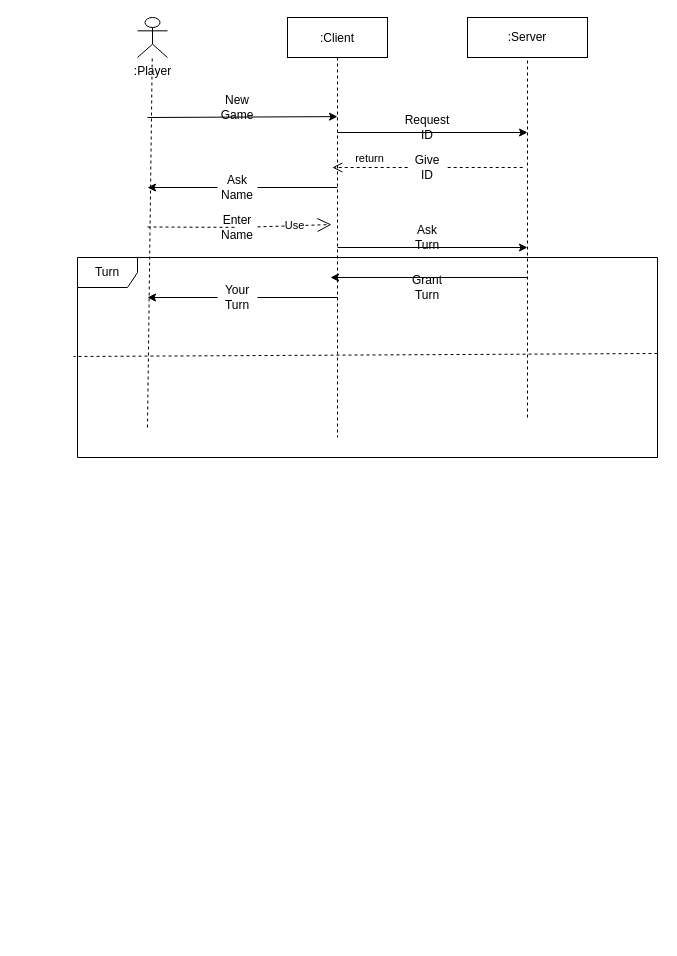
Earlier version of the draw.io diagram deliveries/uml/Game Access Seq. Diag..drawio (egyangel/ing-sw-2021-esas-mauri-madhkour-elsheshtawi). Source tidied: cells renumbered, new cells numbered last; positions are measured from the earlier drawing's top-left corner, leaving out a move shared by most shapes. Both pictures are drawn from the tidied source at 100%, with x=0, y=0 at pixel (77, 17).
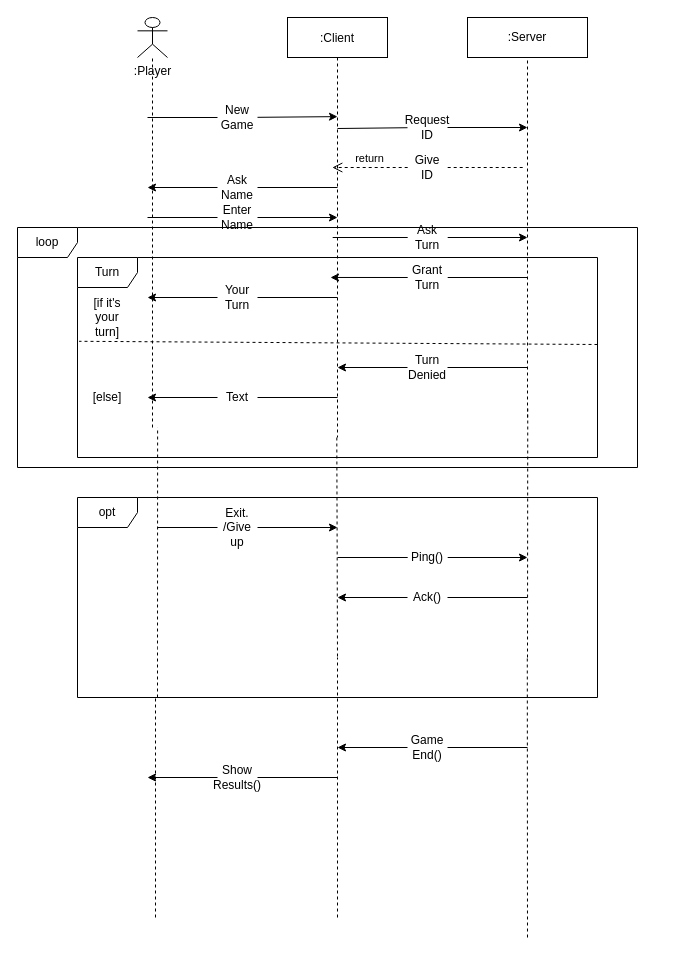
The same page after the edit.

Commit message:
Update Game Access Seq. Diag..pdf

The change refers to these unchanged cells:
```xml
<mxCell id="2" value=":Client" style="shape=umlLifeline;perimeter=lifelinePerimeter;rounded=0;shadow=0;strokeWidth=1;" parent="1" vertex="1">
  <mxGeometry x="210" width="100" height="420" as="geometry" />
</mxCell>
<mxCell id="3" value=":Player" style="shape=umlActor;verticalLabelPosition=bottom;verticalAlign=top;html=1;outlineConnect=0;" parent="1" vertex="1">
  <mxGeometry x="60" width="30" height="40" as="geometry" />
</mxCell>
```

Diff of the diagram source:
```diff
@@
     <mxCell id="4" style="endArrow=none;dashed=1;html=1;" parent="1" edge="1" target="3">
       <mxGeometry relative="1" as="geometry">
-        <mxPoint x="70" y="410" as="sourcePoint" />
+        <mxPoint x="75" y="410" as="sourcePoint" />
       </mxGeometry>
     </mxCell>
@@
-    <mxCell id="8" style="endArrow=classic;html=1;entryX=0.5;entryY=0.236;entryDx=0;entryDy=0;entryPerimeter=0;" parent="1" edge="1" target="2">
-      <mxGeometry relative="1" as="geometry">
-        <mxPoint x="70" y="100" as="sourcePoint" />
-      </mxGeometry>
+    <mxCell id="8" style="endArrow=classic;html=1;entryX=0.5;entryY=0.236;entryDx=0;entryDy=0;entryPerimeter=0;startArrow=none;" parent="1" edge="1" source="9" target="2">
+      <mxGeometry relative="1" as="geometry" />
     </mxCell>
-    <mxCell id="9" value="New Game" style="text;html=1;strokeColor=none;fillColor=none;align=center;verticalAlign=middle;whiteSpace=wrap;rounded=0;" parent="1" vertex="1">
-      <mxGeometry x="140" y="80" width="40" height="20" as="geometry" />
-    </mxCell>
-    <mxCell id="10" style="endArrow=classic;html=1;" parent="1" edge="1">
+    <mxCell id="10" style="endArrow=classic;html=1;startArrow=none;" parent="1" edge="1" source="11">
       <mxGeometry relative="1" as="geometry">
-        <mxPoint x="260" y="115" as="sourcePoint" />
-        <mxPoint x="450" y="115" as="targetPoint" />
+        <mxPoint x="450" y="110" as="targetPoint" />
       </mxGeometry>
     </mxCell>
-    <mxCell id="11" value="Request ID" style="text;html=1;strokeColor=none;fillColor=none;align=center;verticalAlign=middle;whiteSpace=wrap;rounded=0;" parent="1" vertex="1">
-      <mxGeometry x="330" y="100" width="40" height="20" as="geometry" />
-    </mxCell>
@@
-    <mxCell id="18" value="Use" style="endArrow=open;endSize=12;dashed=1;html=1;entryX=0.44;entryY=0.493;entryDx=0;entryDy=0;entryPerimeter=0;startArrow=none;" parent="1" edge="1" source="19" target="2">
-      <mxGeometry relative="1" as="geometry" />
-    </mxCell>
-    <mxCell id="19" value="Enter Name" style="text;html=1;strokeColor=none;fillColor=none;align=center;verticalAlign=middle;whiteSpace=wrap;rounded=0;" parent="1" vertex="1">
-      <mxGeometry x="140" y="200" width="40" height="20" as="geometry" />
-    </mxCell>
-    <mxCell id="20" style="endArrow=none;endSize=12;dashed=1;html=1;entryX=0.44;entryY=0.493;entryDx=0;entryDy=0;entryPerimeter=0;" parent="1" edge="1" target="19">
-      <mxGeometry relative="1" as="geometry">
-        <mxPoint x="70" y="209.5" as="sourcePoint" />
-      </mxGeometry>
-    </mxCell>
-    <mxCell id="21" style="endArrow=classic;html=1;" parent="1" edge="1">
+    <mxCell id="21" style="endArrow=classic;html=1;startArrow=none;" parent="1" edge="1" source="22">
       <mxGeometry relative="1" as="geometry">
-        <mxPoint x="260" y="230" as="sourcePoint" />
-        <mxPoint x="450" y="230" as="targetPoint" />
+        <mxPoint x="450" y="220" as="targetPoint" />
       </mxGeometry>
     </mxCell>
-    <mxCell id="22" value="Ask Turn" style="text;html=1;strokeColor=none;fillColor=none;align=center;verticalAlign=middle;whiteSpace=wrap;rounded=0;" parent="1" vertex="1">
-      <mxGeometry x="330" y="210" width="40" height="20" as="geometry" />
-    </mxCell>
-    <mxCell id="23" style="endArrow=classic;html=1;entryX=0.43;entryY=0.619;entryDx=0;entryDy=0;entryPerimeter=0;" parent="1" edge="1" target="2">
-      <mxGeometry relative="1" as="geometry">
-        <mxPoint x="450" y="260" as="sourcePoint" />
-      </mxGeometry>
+    <mxCell id="23" style="endArrow=classic;html=1;entryX=0.43;entryY=0.619;entryDx=0;entryDy=0;entryPerimeter=0;startArrow=none;" parent="1" edge="1" source="24" target="2">
+      <mxGeometry relative="1" as="geometry" />
     </mxCell>
-    <mxCell id="24" value="Grant Turn" style="text;html=1;strokeColor=none;fillColor=none;align=center;verticalAlign=middle;whiteSpace=wrap;rounded=0;" parent="1" vertex="1">
-      <mxGeometry x="330" y="260" width="40" height="20" as="geometry" />
-    </mxCell>
@@
     <mxCell id="28" value="Turn" style="shape=umlFrame;whiteSpace=wrap;html=1;" parent="1" vertex="1">
-      <mxGeometry y="240" width="580" height="200" as="geometry" />
+      <mxGeometry y="240" width="520" height="200" as="geometry" />
     </mxCell>
-    <mxCell id="29" style="endArrow=none;dashed=1;html=1;entryX=-0.007;entryY=0.495;entryDx=0;entryDy=0;entryPerimeter=0;exitX=1;exitY=0.48;exitDx=0;exitDy=0;exitPerimeter=0;" parent="1" edge="1" source="28" target="28">
-      <mxGeometry relative="1" as="geometry" />
+    <mxCell id="29" style="endArrow=none;dashed=1;html=1;entryX=0.003;entryY=0.419;entryDx=0;entryDy=0;entryPerimeter=0;" parent="1" edge="1" target="28">
+      <mxGeometry relative="1" as="geometry">
+        <mxPoint x="520" y="327" as="sourcePoint" />
+      </mxGeometry>
     </mxCell>
+    <mxCell id="30" value="[if it's your turn]" style="text;html=1;strokeColor=none;fillColor=none;align=center;verticalAlign=middle;whiteSpace=wrap;rounded=0;" parent="1" vertex="1">
+      <mxGeometry x="10" y="290" width="40" height="20" as="geometry" />
+    </mxCell>
+    <mxCell id="31" value="[else]" style="text;html=1;strokeColor=none;fillColor=none;align=center;verticalAlign=middle;whiteSpace=wrap;rounded=0;" parent="1" vertex="1">
+      <mxGeometry x="10" y="370" width="40" height="20" as="geometry" />
+    </mxCell>
+    <mxCell id="32" style="endArrow=classic;html=1;startArrow=none;" parent="1" edge="1" source="33">
+      <mxGeometry relative="1" as="geometry">
+        <mxPoint x="260" y="350" as="targetPoint" />
+      </mxGeometry>
+    </mxCell>
+    <mxCell id="33" value="Turn Denied" style="text;html=1;strokeColor=none;fillColor=none;align=center;verticalAlign=middle;whiteSpace=wrap;rounded=0;" parent="1" vertex="1">
+      <mxGeometry x="330" y="340" width="40" height="20" as="geometry" />
+    </mxCell>
+    <mxCell id="34" style="endArrow=none;html=1;" parent="1" edge="1" target="33">
+      <mxGeometry relative="1" as="geometry">
+        <mxPoint x="450" y="350" as="sourcePoint" />
+      </mxGeometry>
+    </mxCell>
+    <mxCell id="35" style="endArrow=classic;html=1;startArrow=none;" parent="1" edge="1" source="36">
+      <mxGeometry relative="1" as="geometry">
+        <mxPoint x="70" y="380" as="targetPoint" />
+      </mxGeometry>
+    </mxCell>
+    <mxCell id="36" value="Text" style="text;html=1;strokeColor=none;fillColor=none;align=center;verticalAlign=middle;whiteSpace=wrap;rounded=0;" parent="1" vertex="1">
+      <mxGeometry x="140" y="370" width="40" height="20" as="geometry" />
+    </mxCell>
+    <mxCell id="37" style="endArrow=none;html=1;" parent="1" edge="1" target="36">
+      <mxGeometry relative="1" as="geometry">
+        <mxPoint x="260" y="380" as="sourcePoint" />
+      </mxGeometry>
+    </mxCell>
+    <mxCell id="9" value="New Game" style="text;html=1;strokeColor=none;fillColor=none;align=center;verticalAlign=middle;whiteSpace=wrap;rounded=0;" parent="1" vertex="1">
+      <mxGeometry x="140" y="90" width="40" height="20" as="geometry" />
+    </mxCell>
+    <mxCell id="38" style="endArrow=none;html=1;entryX=0;entryY=0.5;entryDx=0;entryDy=0;" parent="1" edge="1" target="9">
+      <mxGeometry relative="1" as="geometry">
+        <mxPoint x="70" y="100" as="sourcePoint" />
+      </mxGeometry>
+    </mxCell>
+    <mxCell id="11" value="Request ID" style="text;html=1;strokeColor=none;fillColor=none;align=center;verticalAlign=middle;whiteSpace=wrap;rounded=0;" parent="1" vertex="1">
+      <mxGeometry x="330" y="100" width="40" height="20" as="geometry" />
+    </mxCell>
+    <mxCell id="39" style="endArrow=none;html=1;" parent="1" edge="1" target="11">
+      <mxGeometry relative="1" as="geometry">
+        <mxPoint x="260" y="111" as="sourcePoint" />
+      </mxGeometry>
+    </mxCell>
+    <mxCell id="40" style="endArrow=classic;html=1;startArrow=none;" parent="1" edge="1" source="19">
+      <mxGeometry relative="1" as="geometry">
+        <mxPoint x="260" y="200" as="targetPoint" />
+      </mxGeometry>
+    </mxCell>
+    <mxCell id="19" value="Enter Name" style="text;html=1;strokeColor=none;fillColor=none;align=center;verticalAlign=middle;whiteSpace=wrap;rounded=0;" parent="1" vertex="1">
+      <mxGeometry x="140" y="190" width="40" height="20" as="geometry" />
+    </mxCell>
+    <mxCell id="41" style="endArrow=none;html=1;" parent="1" edge="1" target="19">
+      <mxGeometry relative="1" as="geometry">
+        <mxPoint x="70" y="200" as="sourcePoint" />
+      </mxGeometry>
+    </mxCell>
+    <mxCell id="22" value="Ask Turn" style="text;html=1;strokeColor=none;fillColor=none;align=center;verticalAlign=middle;whiteSpace=wrap;rounded=0;" parent="1" vertex="1">
+      <mxGeometry x="330.2" y="210" width="40" height="20" as="geometry" />
+    </mxCell>
+    <mxCell id="42" style="endArrow=none;html=1;" parent="1" edge="1" target="22">
+      <mxGeometry relative="1" as="geometry">
+        <mxPoint x="255.2" y="220" as="sourcePoint" />
+      </mxGeometry>
+    </mxCell>
+    <mxCell id="24" value="Grant Turn" style="text;html=1;strokeColor=none;fillColor=none;align=center;verticalAlign=middle;whiteSpace=wrap;rounded=0;" parent="1" vertex="1">
+      <mxGeometry x="330.2" y="250" width="40" height="20" as="geometry" />
+    </mxCell>
+    <mxCell id="43" style="endArrow=none;html=1;entryX=1;entryY=0.5;entryDx=0;entryDy=0;" parent="1" edge="1" target="24">
+      <mxGeometry relative="1" as="geometry">
+        <mxPoint x="450" y="260" as="sourcePoint" />
+      </mxGeometry>
+    </mxCell>
+    <mxCell id="44" value="loop" style="shape=umlFrame;whiteSpace=wrap;html=1;" parent="1" vertex="1">
+      <mxGeometry x="-60" y="210" width="620" height="240" as="geometry" />
+    </mxCell>
+    <mxCell id="45" style="endArrow=none;dashed=1;html=1;exitX=0.515;exitY=0.875;exitDx=0;exitDy=0;exitPerimeter=0;" parent="1" edge="1" source="44">
+      <mxGeometry relative="1" as="geometry">
+        <mxPoint x="260" y="640" as="targetPoint" />
+      </mxGeometry>
+    </mxCell>
+    <mxCell id="46" style="endArrow=none;dashed=1;html=1;entryX=0.226;entryY=0.833;entryDx=0;entryDy=0;entryPerimeter=0;" parent="1" edge="1" target="44">
+      <mxGeometry relative="1" as="geometry">
+        <mxPoint x="80" y="680" as="sourcePoint" />
+        <Array as="points">
+          <mxPoint x="80" y="640" />
+        </Array>
+      </mxGeometry>
+    </mxCell>
+    <mxCell id="47" style="endArrow=none;dashed=1;html=1;entryX=0.823;entryY=0.75;entryDx=0;entryDy=0;entryPerimeter=0;" parent="1" edge="1" target="44">
+      <mxGeometry relative="1" as="geometry">
+        <mxPoint x="450" y="640" as="sourcePoint" />
+      </mxGeometry>
+    </mxCell>
+    <mxCell id="48" style="endArrow=classic;html=1;startArrow=none;" parent="1" edge="1" source="49">
+      <mxGeometry relative="1" as="geometry">
+        <mxPoint x="260" y="510" as="targetPoint" />
+      </mxGeometry>
+    </mxCell>
+    <mxCell id="49" value="Exit. /Give up" style="text;html=1;strokeColor=none;fillColor=none;align=center;verticalAlign=middle;whiteSpace=wrap;rounded=0;" parent="1" vertex="1">
+      <mxGeometry x="140" y="500" width="40" height="20" as="geometry" />
+    </mxCell>
+    <mxCell id="50" style="endArrow=none;html=1;" parent="1" edge="1" target="49">
+      <mxGeometry relative="1" as="geometry">
+        <mxPoint x="80" y="510" as="sourcePoint" />
+      </mxGeometry>
+    </mxCell>
+    <mxCell id="51" style="endArrow=classic;html=1;startArrow=none;" parent="1" edge="1" source="53">
+      <mxGeometry relative="1" as="geometry">
+        <mxPoint x="450" y="540" as="targetPoint" />
+      </mxGeometry>
+    </mxCell>
+    <mxCell id="52" style="endArrow=classic;html=1;startArrow=none;" parent="1" edge="1" source="55">
+      <mxGeometry relative="1" as="geometry">
+        <mxPoint x="260" y="580" as="targetPoint" />
+      </mxGeometry>
+    </mxCell>
+    <mxCell id="53" value="Ping()" style="text;html=1;strokeColor=none;fillColor=none;align=center;verticalAlign=middle;whiteSpace=wrap;rounded=0;" parent="1" vertex="1">
+      <mxGeometry x="330.2" y="530" width="40" height="20" as="geometry" />
+    </mxCell>
+    <mxCell id="54" style="endArrow=none;html=1;" parent="1" edge="1" target="53">
+      <mxGeometry relative="1" as="geometry">
+        <mxPoint x="260" y="540" as="sourcePoint" />
+      </mxGeometry>
+    </mxCell>
+    <mxCell id="55" value="Ack()" style="text;html=1;strokeColor=none;fillColor=none;align=center;verticalAlign=middle;whiteSpace=wrap;rounded=0;" parent="1" vertex="1">
+      <mxGeometry x="330" y="570" width="40" height="20" as="geometry" />
+    </mxCell>
+    <mxCell id="56" style="endArrow=none;html=1;" parent="1" edge="1" target="55">
+      <mxGeometry relative="1" as="geometry">
+        <mxPoint x="450" y="580" as="sourcePoint" />
+      </mxGeometry>
+    </mxCell>
+    <mxCell id="57" value="opt" style="shape=umlFrame;whiteSpace=wrap;html=1;" parent="1" vertex="1">
+      <mxGeometry y="480" width="520" height="200" as="geometry" />
+    </mxCell>
+    <mxCell id="58" style="endArrow=none;dashed=1;html=1;entryX=0.5;entryY=0.8;entryDx=0;entryDy=0;entryPerimeter=0;" parent="1" edge="1" target="57">
+      <mxGeometry relative="1" as="geometry">
+        <mxPoint x="260" y="900" as="sourcePoint" />
+      </mxGeometry>
+    </mxCell>
+    <mxCell id="59" style="endArrow=none;dashed=1;html=1;entryX=0.15;entryY=0.99;entryDx=0;entryDy=0;entryPerimeter=0;" parent="1" edge="1" target="57">
+      <mxGeometry relative="1" as="geometry">
+        <mxPoint x="78" y="900" as="sourcePoint" />
+      </mxGeometry>
+    </mxCell>
+    <mxCell id="60" style="endArrow=none;dashed=1;html=1;entryX=0.865;entryY=0.8;entryDx=0;entryDy=0;entryPerimeter=0;" parent="1" edge="1" target="57">
+      <mxGeometry relative="1" as="geometry">
+        <mxPoint x="450" y="920" as="sourcePoint" />
+      </mxGeometry>
+    </mxCell>
+    <mxCell id="61" style="endArrow=classic;html=1;startArrow=none;" parent="1" edge="1" source="62">
+      <mxGeometry relative="1" as="geometry">
+        <mxPoint x="260" y="730" as="targetPoint" />
+      </mxGeometry>
+    </mxCell>
+    <mxCell id="62" value="Game End()" style="text;html=1;strokeColor=none;fillColor=none;align=center;verticalAlign=middle;whiteSpace=wrap;rounded=0;" parent="1" vertex="1">
+      <mxGeometry x="330" y="720" width="40" height="20" as="geometry" />
+    </mxCell>
+    <mxCell id="63" style="endArrow=none;html=1;" parent="1" edge="1" target="62">
+      <mxGeometry relative="1" as="geometry">
+        <mxPoint x="450" y="730" as="sourcePoint" />
+      </mxGeometry>
+    </mxCell>
+    <mxCell id="64" style="endArrow=classic;html=1;startArrow=none;" parent="1" edge="1" source="65">
+      <mxGeometry relative="1" as="geometry">
+        <mxPoint x="70" y="760" as="targetPoint" />
+      </mxGeometry>
+    </mxCell>
+    <mxCell id="65" value="Show Results()" style="text;html=1;strokeColor=none;fillColor=none;align=center;verticalAlign=middle;whiteSpace=wrap;rounded=0;" parent="1" vertex="1">
+      <mxGeometry x="140" y="750" width="40" height="20" as="geometry" />
+    </mxCell>
+    <mxCell id="66" style="endArrow=none;html=1;" parent="1" edge="1" target="65">
+      <mxGeometry relative="1" as="geometry">
+        <mxPoint x="260" y="760" as="sourcePoint" />
+      </mxGeometry>
+    </mxCell>
```
